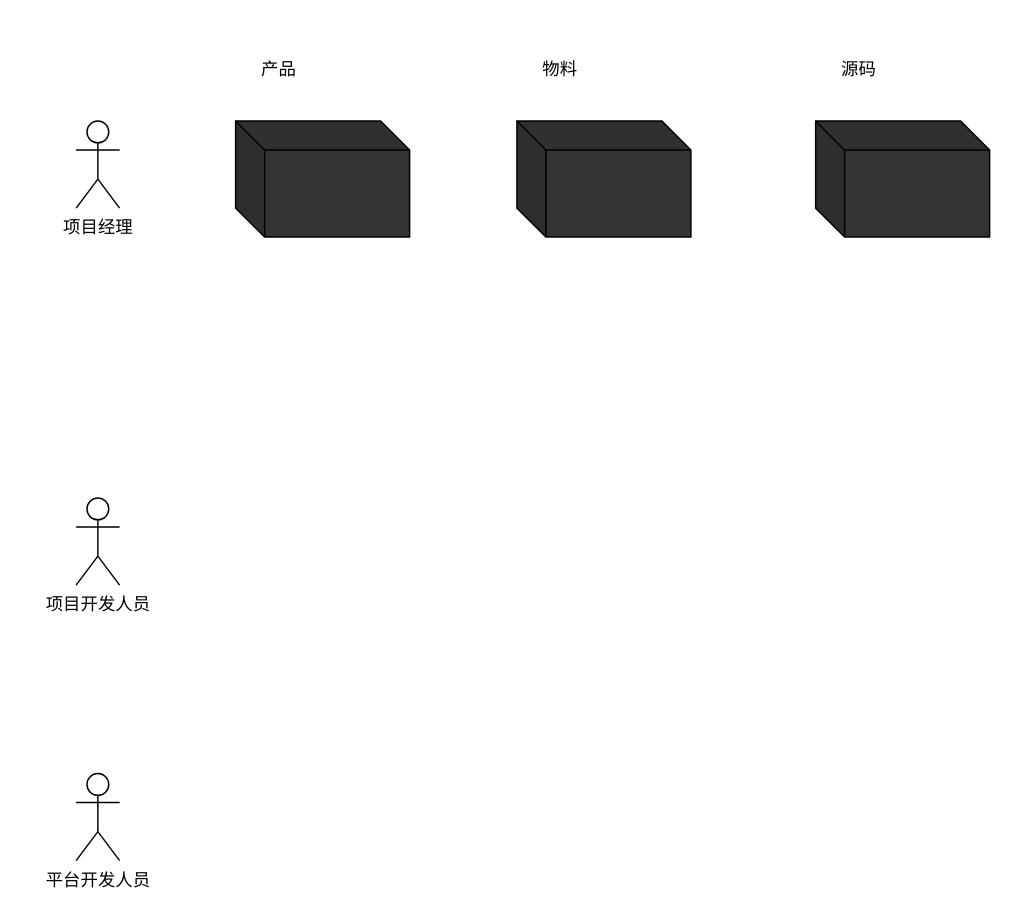
tangyaosimida/love keeps this draw.io diagram as 低代码—盒子.drawio. Above is the earlier version. Source tidied: cells renumbered, new cells numbered last; positions are measured from the earlier drawing's top-left corner, leaving out a move shared by most shapes. Both pictures are drawn from the tidied source at 145%, with x=0, y=0 at pixel (75, 48).
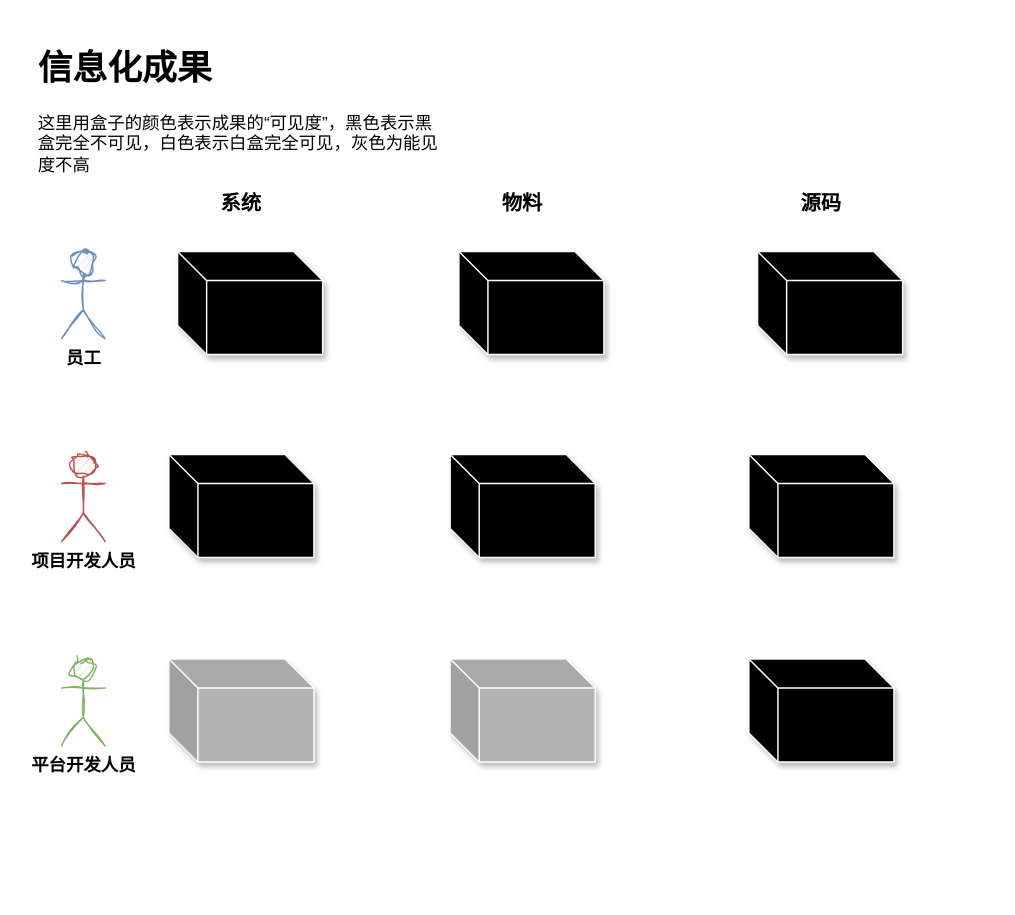
Above is the later version.

Commit message:
更新低代码—盒子.drawio

The edit, as a diff of the source:
```diff
@@
 <mxGraphModel>
   <root>
     <mxCell id="0" />
     <mxCell id="1" parent="0" />
-    <mxCell id="2" value="项目经理" style="shape=umlActor;verticalLabelPosition=bottom;verticalAlign=top;html=1;" parent="1" vertex="1">
-      <mxGeometry y="50" width="30" height="60" as="geometry" />
+    <mxCell id="2" value="&lt;b&gt;员工&lt;/b&gt;" style="shape=umlActor;verticalLabelPosition=bottom;verticalAlign=top;html=1;shadow=0;sketch=1;curveFitting=1;jiggle=2;fillColor=#dae8fc;strokeColor=#6c8ebf;" parent="1" vertex="1">
+      <mxGeometry x="-10" y="140" width="30" height="60" as="geometry" />
     </mxCell>
-    <mxCell id="3" value="项目开发人员" style="shape=umlActor;verticalLabelPosition=bottom;verticalAlign=top;html=1;" parent="1" vertex="1">
-      <mxGeometry y="310" width="30" height="60" as="geometry" />
+    <mxCell id="3" value="&lt;b&gt;项目开发人员&lt;/b&gt;" style="shape=umlActor;verticalLabelPosition=bottom;verticalAlign=top;html=1;shadow=0;sketch=1;curveFitting=1;jiggle=2;fillColor=#f8cecc;strokeColor=#b85450;" parent="1" vertex="1">
+      <mxGeometry x="-10" y="280" width="30" height="60" as="geometry" />
     </mxCell>
-    <mxCell id="4" value="平台开发人员" style="shape=umlActor;verticalLabelPosition=bottom;verticalAlign=top;html=1;" parent="1" vertex="1">
-      <mxGeometry y="500" width="30" height="60" as="geometry" />
+    <mxCell id="4" value="&lt;b&gt;平台开发人员&lt;/b&gt;" style="shape=umlActor;verticalLabelPosition=bottom;verticalAlign=top;html=1;shadow=0;sketch=1;curveFitting=1;jiggle=2;fillColor=#d5e8d4;strokeColor=#82b366;" parent="1" vertex="1">
+      <mxGeometry x="-10" y="421" width="30" height="60" as="geometry" />
     </mxCell>
-    <mxCell id="5" style="shape=cube;whiteSpace=wrap;html=1;boundedLbl=1;backgroundOutline=1;darkOpacity=0.05;darkOpacity2=0.1;fillColor=#333333;" parent="1" vertex="1">
-      <mxGeometry x="110" y="50" width="120" height="80" as="geometry" />
+    <mxCell id="5" style="shape=cube;whiteSpace=wrap;html=1;boundedLbl=1;backgroundOutline=1;darkOpacity=0.05;darkOpacity2=0.1;fillColor=#000000;strokeColor=#FFFFFF;shadow=1;" parent="1" vertex="1">
+      <mxGeometry x="70" y="140" width="100" height="71" as="geometry" />
     </mxCell>
-    <mxCell id="6" style="shape=cube;whiteSpace=wrap;html=1;boundedLbl=1;backgroundOutline=1;darkOpacity=0.05;darkOpacity2=0.1;fillColor=#333333;" parent="1" vertex="1">
-      <mxGeometry x="510" y="50" width="120" height="80" as="geometry" />
-    </mxCell>
-    <mxCell id="7" style="shape=cube;whiteSpace=wrap;html=1;boundedLbl=1;backgroundOutline=1;darkOpacity=0.05;darkOpacity2=0.1;fillColor=#333333;" parent="1" vertex="1">
-      <mxGeometry x="304" y="50" width="120" height="80" as="geometry" />
-    </mxCell>
-    <mxCell id="8" value="产品" style="text;html=1;align=center;verticalAlign=middle;whiteSpace=wrap;rounded=0;" parent="1" vertex="1">
-      <mxGeometry x="110" width="60" height="30" as="geometry" />
+    <mxCell id="8" value="系统" style="text;html=1;align=center;verticalAlign=middle;whiteSpace=wrap;rounded=0;fontSize=14;fontStyle=1;shadow=1;" parent="1" vertex="1">
+      <mxGeometry x="84" y="92" width="60" height="30" as="geometry" />
     </mxCell>
-    <mxCell id="9" value="物料" style="text;html=1;align=center;verticalAlign=middle;whiteSpace=wrap;rounded=0;" parent="1" vertex="1">
-      <mxGeometry x="304" width="60" height="30" as="geometry" />
+    <mxCell id="9" value="物料" style="text;html=1;align=center;verticalAlign=middle;whiteSpace=wrap;rounded=0;fontSize=14;fontStyle=1;shadow=1;" parent="1" vertex="1">
+      <mxGeometry x="278" y="92" width="60" height="30" as="geometry" />
     </mxCell>
-    <mxCell id="10" value="源码" style="text;html=1;align=center;verticalAlign=middle;whiteSpace=wrap;rounded=0;" parent="1" vertex="1">
-      <mxGeometry x="510" width="60" height="30" as="geometry" />
+    <mxCell id="10" value="源码" style="text;html=1;align=center;verticalAlign=middle;whiteSpace=wrap;rounded=0;fontSize=14;fontStyle=1;shadow=1;" parent="1" vertex="1">
+      <mxGeometry x="484" y="92" width="60" height="30" as="geometry" />
     </mxCell>
+    <mxCell id="11" style="shape=cube;whiteSpace=wrap;html=1;boundedLbl=1;backgroundOutline=1;darkOpacity=0.05;darkOpacity2=0.1;fillColor=#000000;strokeColor=#FFFFFF;shadow=1;" parent="1" vertex="1">
+      <mxGeometry x="264" y="140" width="100" height="71" as="geometry" />
+    </mxCell>
+    <mxCell id="12" style="shape=cube;whiteSpace=wrap;html=1;boundedLbl=1;backgroundOutline=1;darkOpacity=0.05;darkOpacity2=0.1;fillColor=#000000;strokeColor=#FFFFFF;shadow=1;" parent="1" vertex="1">
+      <mxGeometry x="470" y="140" width="100" height="71" as="geometry" />
+    </mxCell>
+    <mxCell id="13" style="shape=cube;whiteSpace=wrap;html=1;boundedLbl=1;backgroundOutline=1;darkOpacity=0.05;darkOpacity2=0.1;fillColor=#000000;strokeColor=#FFFFFF;shadow=1;" parent="1" vertex="1">
+      <mxGeometry x="64" y="280" width="100" height="71" as="geometry" />
+    </mxCell>
+    <mxCell id="14" style="shape=cube;whiteSpace=wrap;html=1;boundedLbl=1;backgroundOutline=1;darkOpacity=0.05;darkOpacity2=0.1;fillColor=#000000;strokeColor=#FFFFFF;shadow=1;" parent="1" vertex="1">
+      <mxGeometry x="258" y="280" width="100" height="71" as="geometry" />
+    </mxCell>
+    <mxCell id="15" style="shape=cube;whiteSpace=wrap;html=1;boundedLbl=1;backgroundOutline=1;darkOpacity=0.05;darkOpacity2=0.1;fillColor=#000000;strokeColor=#FFFFFF;shadow=1;" parent="1" vertex="1">
+      <mxGeometry x="464" y="280" width="100" height="71" as="geometry" />
+    </mxCell>
+    <mxCell id="16" style="shape=cube;whiteSpace=wrap;html=1;boundedLbl=1;backgroundOutline=1;darkOpacity=0.05;darkOpacity2=0.1;fillColor=#B3B3B3;fontColor=#333333;strokeColor=#FFFFFF;shadow=1;" parent="1" vertex="1">
+      <mxGeometry x="64" y="421" width="100" height="71" as="geometry" />
+    </mxCell>
+    <mxCell id="17" style="shape=cube;whiteSpace=wrap;html=1;boundedLbl=1;backgroundOutline=1;darkOpacity=0.05;darkOpacity2=0.1;fillColor=#B3B3B3;fontColor=#333333;strokeColor=#FFFFFF;shadow=1;" parent="1" vertex="1">
+      <mxGeometry x="258" y="421" width="100" height="71" as="geometry" />
+    </mxCell>
+    <mxCell id="18" style="shape=cube;whiteSpace=wrap;html=1;boundedLbl=1;backgroundOutline=1;darkOpacity=0.05;darkOpacity2=0.1;fillColor=#000000;fontColor=#333333;strokeColor=#FFFFFF;shadow=1;" parent="1" vertex="1">
+      <mxGeometry x="464" y="421" width="100" height="71" as="geometry" />
+    </mxCell>
+    <mxCell id="19" value="&lt;h1&gt;信息化成果&lt;/h1&gt;&lt;div&gt;这里用盒子的颜色表示成果的“可见度”，黑色表示黑盒完全不可见，白色表示白盒完全可见，灰色为能见度不高&lt;/div&gt;" style="text;html=1;spacing=5;spacingTop=-20;whiteSpace=wrap;overflow=hidden;rounded=0;shadow=1;glass=0;sketch=1;curveFitting=1;jiggle=2;" parent="1" vertex="1">
+      <mxGeometry x="-31" y="-6" width="290" height="98" as="geometry" />
+    </mxCell>
   </root>
 </mxGraphModel>
```
